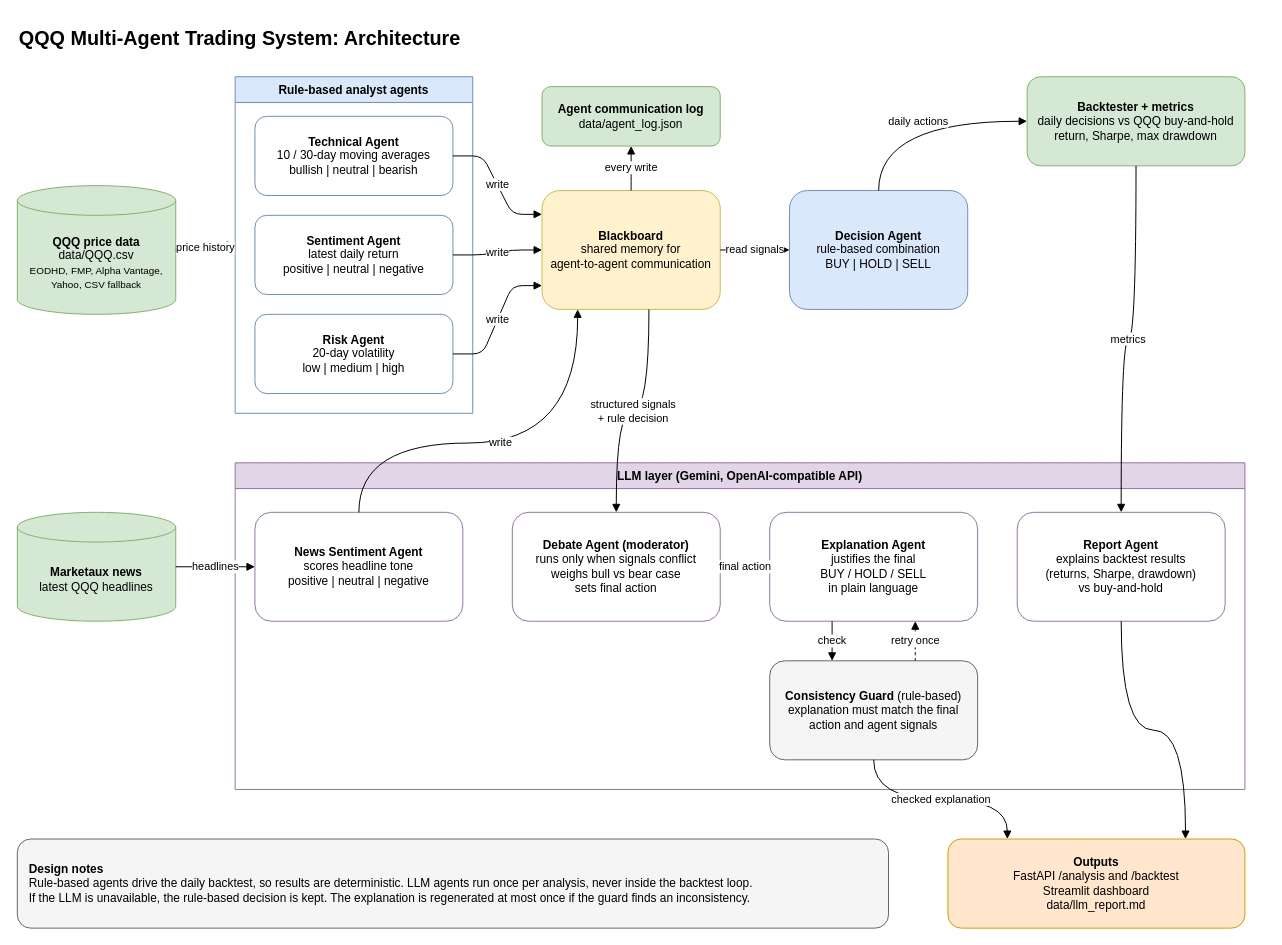
Above: docs/architecture.drawio in mariarizk/inse691-etf-agents (draw.io), before the change. Source tidied: cells renumbered, new cells numbered last; positions are measured from the earlier drawing's top-left corner, leaving out a move shared by most shapes. Both pictures are drawn from the tidied source at 99%, with x=0, y=0 at pixel (17, 17).
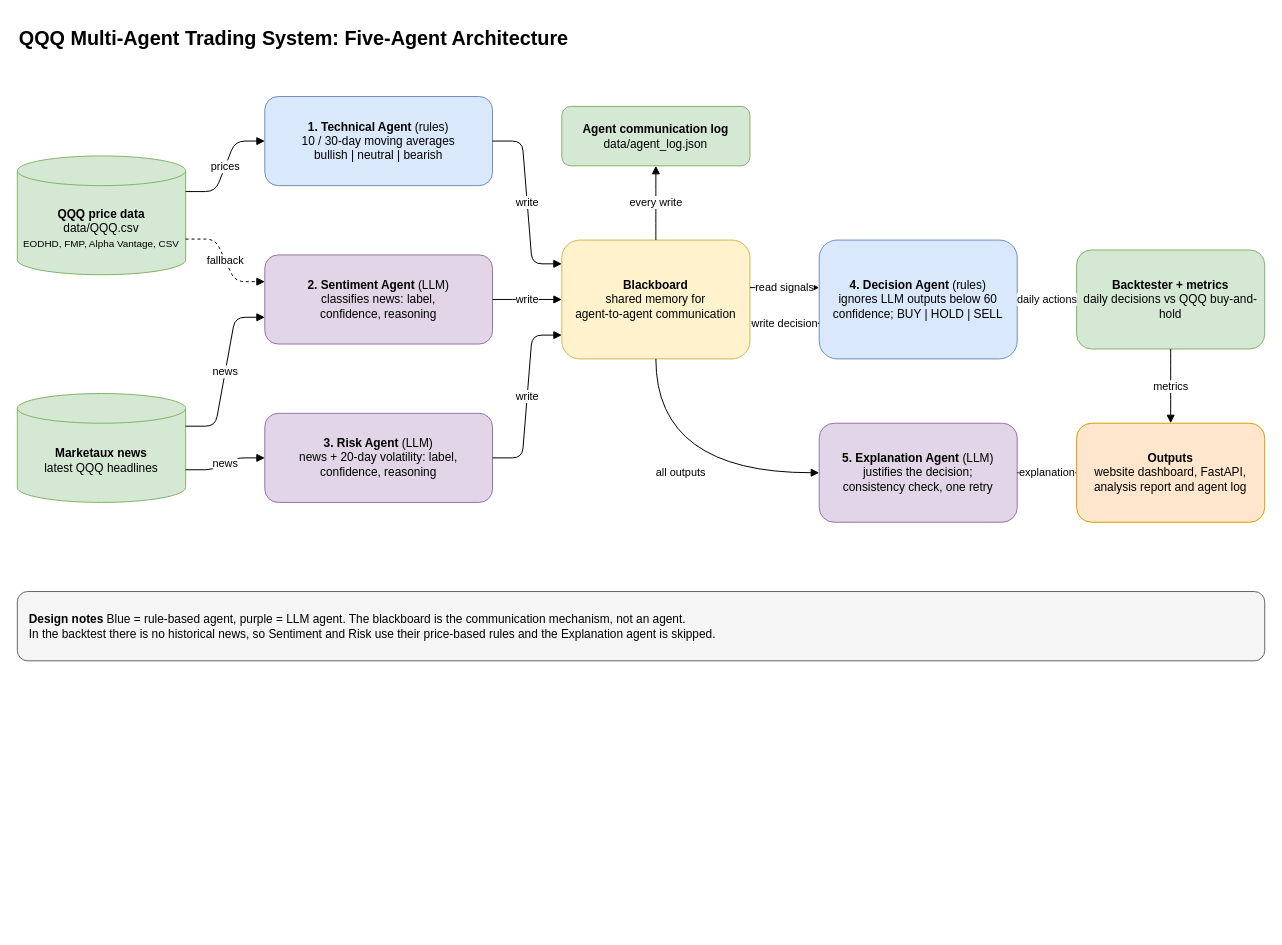
The same diagram, later.

Commit message (it also covers changes not shown here):
docs: update README, prompt templates and diagram for five agents

Change to the diagram source:
```diff
@@
-    <mxCell id="2" value="QQQ Multi-Agent Trading System: Architecture" style="text;html=1;strokeColor=none;fillColor=none;align=left;verticalAlign=middle;fontSize=20;fontStyle=1;" parent="1" vertex="1">
-      <mxGeometry width="700" height="40" as="geometry" />
+    <mxCell id="2" value="QQQ Multi-Agent Trading System: Five-Agent Architecture" style="text;html=1;strokeColor=none;fillColor=none;align=left;verticalAlign=middle;fontSize=20;fontStyle=1;" parent="1" vertex="1">
+      <mxGeometry width="760" height="40" as="geometry" />
     </mxCell>
-    <mxCell id="3" value="&lt;b&gt;QQQ price data&lt;/b&gt;&lt;br&gt;data/QQQ.csv&lt;br&gt;&lt;font style=&quot;font-size:10px&quot;&gt;EODHD, FMP, Alpha Vantage,&lt;br&gt;Yahoo, CSV fallback&lt;/font&gt;" style="shape=cylinder3;whiteSpace=wrap;html=1;boundedLbl=1;backgroundOutline=1;size=15;fillColor=#d5e8d4;strokeColor=#82b366;" parent="1" vertex="1">
-      <mxGeometry y="170" width="160" height="130" as="geometry" />
-    </mxCell>
+    <mxCell id="37" value="&lt;b&gt;QQQ price data&lt;/b&gt;&lt;br&gt;data/QQQ.csv&lt;br&gt;&lt;font style=&quot;font-size:10px&quot;&gt;EODHD, FMP, Alpha Vantage, CSV&lt;/font&gt;" style="shape=cylinder3;whiteSpace=wrap;html=1;boundedLbl=1;backgroundOutline=1;size=15;fillColor=#d5e8d4;strokeColor=#82b366;" parent="1" vertex="1">
+      <mxGeometry y="140" width="170" height="120" as="geometry" />
+    </mxCell>
     <mxCell id="4" value="&lt;b&gt;Marketaux news&lt;/b&gt;&lt;br&gt;latest QQQ headlines" style="shape=cylinder3;whiteSpace=wrap;html=1;boundedLbl=1;backgroundOutline=1;size=15;fillColor=#d5e8d4;strokeColor=#82b366;" parent="1" vertex="1">
-      <mxGeometry y="500" width="160" height="110" as="geometry" />
+      <mxGeometry y="380" width="170" height="110" as="geometry" />
     </mxCell>
-    <mxCell id="5" value="Rule-based analyst agents" style="swimlane;fontStyle=1;startSize=26;fillColor=#dae8fc;strokeColor=#6c8ebf;" parent="1" vertex="1">
-      <mxGeometry x="220" y="60" width="240" height="340" as="geometry" />
-    </mxCell>
-    <mxCell id="6" value="&lt;b&gt;Technical Agent&lt;/b&gt;&lt;br&gt;10 / 30-day moving averages&lt;br&gt;bullish | neutral | bearish" style="rounded=1;whiteSpace=wrap;html=1;fillColor=#ffffff;strokeColor=#6c8ebf;" parent="5" vertex="1">
-      <mxGeometry x="20" y="40" width="200" height="80" as="geometry" />
+    <mxCell id="6" value="&lt;b&gt;1. Technical Agent&lt;/b&gt; (rules)&lt;br&gt;10 / 30-day moving averages&lt;br&gt;bullish | neutral | bearish" style="rounded=1;whiteSpace=wrap;html=1;fillColor=#dae8fc;strokeColor=#6c8ebf;" parent="1" vertex="1">
+      <mxGeometry x="250" y="80" width="230" height="90" as="geometry" />
     </mxCell>
-    <mxCell id="7" value="&lt;b&gt;Sentiment Agent&lt;/b&gt;&lt;br&gt;latest daily return&lt;br&gt;positive | neutral | negative" style="rounded=1;whiteSpace=wrap;html=1;fillColor=#ffffff;strokeColor=#6c8ebf;" parent="5" vertex="1">
-      <mxGeometry x="20" y="140" width="200" height="80" as="geometry" />
+    <mxCell id="7" value="&lt;b&gt;2. Sentiment Agent&lt;/b&gt; (LLM)&lt;br&gt;classifies news: label,&lt;br&gt;confidence, reasoning" style="rounded=1;whiteSpace=wrap;html=1;fillColor=#e1d5e7;strokeColor=#9673a6;" parent="1" vertex="1">
+      <mxGeometry x="250" y="240" width="230" height="90" as="geometry" />
     </mxCell>
-    <mxCell id="8" value="&lt;b&gt;Risk Agent&lt;/b&gt;&lt;br&gt;20-day volatility&lt;br&gt;low | medium | high" style="rounded=1;whiteSpace=wrap;html=1;fillColor=#ffffff;strokeColor=#6c8ebf;" parent="5" vertex="1">
-      <mxGeometry x="20" y="240" width="200" height="80" as="geometry" />
+    <mxCell id="8" value="&lt;b&gt;3. Risk Agent&lt;/b&gt; (LLM)&lt;br&gt;news + 20-day volatility: label,&lt;br&gt;confidence, reasoning" style="rounded=1;whiteSpace=wrap;html=1;fillColor=#e1d5e7;strokeColor=#9673a6;" parent="1" vertex="1">
+      <mxGeometry x="250" y="400" width="230" height="90" as="geometry" />
     </mxCell>
     <mxCell id="9" value="&lt;b&gt;Agent communication log&lt;/b&gt;&lt;br&gt;data/agent_log.json" style="rounded=1;whiteSpace=wrap;html=1;fillColor=#d5e8d4;strokeColor=#82b366;" parent="1" vertex="1">
-      <mxGeometry x="530" y="70" width="180" height="60" as="geometry" />
+      <mxGeometry x="550" y="90" width="190" height="60" as="geometry" />
     </mxCell>
     <mxCell id="10" value="&lt;b&gt;Blackboard&lt;/b&gt;&lt;br&gt;shared memory for&lt;br&gt;agent-to-agent communication" style="rounded=1;whiteSpace=wrap;html=1;fillColor=#fff2cc;strokeColor=#d6b656;" parent="1" vertex="1">
-      <mxGeometry x="530" y="175" width="180" height="120" as="geometry" />
+      <mxGeometry x="550" y="225" width="190" height="120" as="geometry" />
     </mxCell>
-    <mxCell id="11" value="&lt;b&gt;Decision Agent&lt;/b&gt;&lt;br&gt;rule-based combination&lt;br&gt;BUY | HOLD | SELL" style="rounded=1;whiteSpace=wrap;html=1;fillColor=#dae8fc;strokeColor=#6c8ebf;" parent="1" vertex="1">
-      <mxGeometry x="780" y="175" width="180" height="120" as="geometry" />
+    <mxCell id="11" value="&lt;b&gt;4. Decision Agent&lt;/b&gt; (rules)&lt;br&gt;ignores LLM outputs below 60&lt;br&gt;confidence; BUY | HOLD | SELL" style="rounded=1;whiteSpace=wrap;html=1;fillColor=#dae8fc;strokeColor=#6c8ebf;" parent="1" vertex="1">
+      <mxGeometry x="810" y="225" width="200" height="120" as="geometry" />
     </mxCell>
+    <mxCell id="16" value="&lt;b&gt;5. Explanation Agent&lt;/b&gt; (LLM)&lt;br&gt;justifies the decision;&lt;br&gt;consistency check, one retry" style="rounded=1;whiteSpace=wrap;html=1;fillColor=#e1d5e7;strokeColor=#9673a6;" parent="1" vertex="1">
+      <mxGeometry x="810" y="410" width="200" height="100" as="geometry" />
+    </mxCell>
-    <mxCell id="12" value="&lt;b&gt;Backtester + metrics&lt;/b&gt;&lt;br&gt;daily decisions vs QQQ buy-and-hold&lt;br&gt;return, Sharpe, max drawdown" style="rounded=1;whiteSpace=wrap;html=1;fillColor=#d5e8d4;strokeColor=#82b366;" parent="1" vertex="1">
-      <mxGeometry x="1020" y="60" width="220" height="90" as="geometry" />
+    <mxCell id="12" value="&lt;b&gt;Backtester + metrics&lt;/b&gt;&lt;br&gt;daily decisions vs QQQ buy-and-hold" style="rounded=1;whiteSpace=wrap;html=1;fillColor=#d5e8d4;strokeColor=#82b366;" parent="1" vertex="1">
+      <mxGeometry x="1070" y="235" width="190" height="100" as="geometry" />
     </mxCell>
-    <mxCell id="13" value="LLM layer (Gemini, OpenAI-compatible API)" style="swimlane;fontStyle=1;startSize=26;fillColor=#e1d5e7;strokeColor=#9673a6;" parent="1" vertex="1">
-      <mxGeometry x="220" y="450" width="1020" height="330" as="geometry" />
-    </mxCell>
-    <mxCell id="14" value="&lt;b&gt;News Sentiment Agent&lt;/b&gt;&lt;br&gt;scores headline tone&lt;br&gt;positive | neutral | negative" style="rounded=1;whiteSpace=wrap;html=1;fillColor=#ffffff;strokeColor=#9673a6;" parent="13" vertex="1">
-      <mxGeometry x="20" y="50" width="210" height="110" as="geometry" />
-    </mxCell>
-    <mxCell id="15" value="&lt;b&gt;Debate Agent (moderator)&lt;/b&gt;&lt;br&gt;runs only when signals conflict&lt;br&gt;weighs bull vs bear case&lt;br&gt;sets final action" style="rounded=1;whiteSpace=wrap;html=1;fillColor=#ffffff;strokeColor=#9673a6;" parent="13" vertex="1">
-      <mxGeometry x="280" y="50" width="210" height="110" as="geometry" />
-    </mxCell>
-    <mxCell id="16" value="&lt;b&gt;Explanation Agent&lt;/b&gt;&lt;br&gt;justifies the final&lt;br&gt;BUY / HOLD / SELL&lt;br&gt;in plain language" style="rounded=1;whiteSpace=wrap;html=1;fillColor=#ffffff;strokeColor=#9673a6;" parent="13" vertex="1">
-      <mxGeometry x="540" y="50" width="210" height="110" as="geometry" />
-    </mxCell>
-    <mxCell id="17" value="&lt;b&gt;Report Agent&lt;/b&gt;&lt;br&gt;explains backtest results&lt;br&gt;(returns, Sharpe, drawdown)&lt;br&gt;vs buy-and-hold" style="rounded=1;whiteSpace=wrap;html=1;fillColor=#ffffff;strokeColor=#9673a6;" parent="13" vertex="1">
-      <mxGeometry x="790" y="50" width="210" height="110" as="geometry" />
-    </mxCell>
-    <mxCell id="18" value="&lt;b&gt;Consistency Guard&lt;/b&gt; (rule-based)&lt;br&gt;explanation must match the final&lt;br&gt;action and agent signals" style="rounded=1;whiteSpace=wrap;html=1;fillColor=#f5f5f5;strokeColor=#666666;" parent="13" vertex="1">
-      <mxGeometry x="540" y="200" width="210" height="100" as="geometry" />
-    </mxCell>
-    <mxCell id="19" value="&lt;b&gt;Outputs&lt;/b&gt;&lt;br&gt;FastAPI /analysis and /backtest&lt;br&gt;Streamlit dashboard&lt;br&gt;data/llm_report.md" style="rounded=1;whiteSpace=wrap;html=1;fillColor=#ffe6cc;strokeColor=#d79b00;" parent="1" vertex="1">
-      <mxGeometry x="940" y="830" width="300" height="90" as="geometry" />
+    <mxCell id="19" value="&lt;b&gt;Outputs&lt;/b&gt;&lt;br&gt;website dashboard, FastAPI,&lt;br&gt;analysis report and agent log" style="rounded=1;whiteSpace=wrap;html=1;fillColor=#ffe6cc;strokeColor=#d79b00;" parent="1" vertex="1">
+      <mxGeometry x="1070" y="410" width="190" height="100" as="geometry" />
     </mxCell>
-    <mxCell id="20" value="&lt;b&gt;Design notes&lt;/b&gt;&lt;br&gt;Rule-based agents drive the daily backtest, so results are deterministic. LLM agents run once per analysis, never inside the backtest loop.&lt;br&gt;If the LLM is unavailable, the rule-based decision is kept. The explanation is regenerated at most once if the guard finds an inconsistency." style="rounded=1;whiteSpace=wrap;html=1;align=left;spacingLeft=10;fillColor=#f5f5f5;strokeColor=#666666;" parent="1" vertex="1">
-      <mxGeometry y="830" width="880" height="90" as="geometry" />
+    <mxCell id="20" value="&lt;b&gt;Design notes&lt;/b&gt; Blue = rule-based agent, purple = LLM agent. The blackboard is the communication mechanism, not an agent.&lt;br&gt;In the backtest there is no historical news, so Sentiment and Risk use their price-based rules and the Explanation agent is skipped." style="rounded=1;whiteSpace=wrap;html=1;align=left;spacingLeft=10;fillColor=#f5f5f5;strokeColor=#666666;" parent="1" vertex="1">
+      <mxGeometry y="580" width="1260" height="70" as="geometry" />
     </mxCell>
-    <mxCell id="21" value="price history" style="edgeStyle=entityRelationEdgeStyle;rounded=1;html=1;endArrow=block;exitX=1;exitY=0.5;entryX=0;entryY=0.5;" parent="1" edge="1" source="3" target="5">
-      <mxGeometry relative="1" as="geometry" />
-    </mxCell>
+    <mxCell id="38" value="prices" style="edgeStyle=entityRelationEdgeStyle;rounded=1;html=1;endArrow=block;exitX=1;exitY=0.3;entryX=0;entryY=0.5;" parent="1" edge="1" source="37" target="6">
+      <mxGeometry relative="1" as="geometry" />
+    </mxCell>
+    <mxCell id="39" value="fallback" style="edgeStyle=entityRelationEdgeStyle;rounded=1;html=1;endArrow=block;dashed=1;exitX=1;exitY=0.7;entryX=0;entryY=0.3;" parent="1" edge="1" source="37" target="7">
+      <mxGeometry relative="1" as="geometry" />
+    </mxCell>
+    <mxCell id="40" value="news" style="edgeStyle=entityRelationEdgeStyle;rounded=1;html=1;endArrow=block;exitX=1;exitY=0.3;entryX=0;entryY=0.7;" parent="1" edge="1" source="4" target="7">
+      <mxGeometry relative="1" as="geometry" />
+    </mxCell>
+    <mxCell id="41" value="news" style="edgeStyle=entityRelationEdgeStyle;rounded=1;html=1;endArrow=block;exitX=1;exitY=0.7;entryX=0;entryY=0.5;" parent="1" edge="1" source="4" target="8">
+      <mxGeometry relative="1" as="geometry" />
+    </mxCell>
@@
-    <mxCell id="26" value="read signals" style="edgeStyle=entityRelationEdgeStyle;rounded=1;html=1;endArrow=block;exitX=1;exitY=0.5;entryX=0;entryY=0.5;" parent="1" edge="1" source="10" target="11">
+    <mxCell id="26" value="read signals" style="edgeStyle=entityRelationEdgeStyle;rounded=1;html=1;endArrow=block;exitX=1;exitY=0.4;entryX=0;entryY=0.4;" parent="1" edge="1" source="10" target="11">
       <mxGeometry relative="1" as="geometry" />
     </mxCell>
+    <mxCell id="42" value="write decision" style="edgeStyle=entityRelationEdgeStyle;rounded=1;html=1;endArrow=block;dashed=1;exitX=0;exitY=0.7;entryX=1;entryY=0.7;" parent="1" edge="1" source="11" target="10">
+      <mxGeometry relative="1" as="geometry" />
+    </mxCell>
+    <mxCell id="43" value="all outputs" style="edgeStyle=orthogonalEdgeStyle;curved=1;html=1;endArrow=block;exitX=0.5;exitY=1;entryX=0;entryY=0.5;" parent="1" edge="1" source="10" target="16">
+      <mxGeometry relative="1" as="geometry" />
+    </mxCell>
-    <mxCell id="27" value="daily actions" style="edgeStyle=orthogonalEdgeStyle;curved=1;html=1;endArrow=block;exitX=0.5;exitY=0;entryX=0;entryY=0.5;" parent="1" edge="1" source="11" target="12">
+    <mxCell id="27" value="daily actions" style="edgeStyle=entityRelationEdgeStyle;rounded=1;html=1;endArrow=block;exitX=1;exitY=0.5;entryX=0;entryY=0.5;" parent="1" edge="1" source="11" target="12">
       <mxGeometry relative="1" as="geometry" />
     </mxCell>
-    <mxCell id="28" value="headlines" style="edgeStyle=entityRelationEdgeStyle;rounded=1;html=1;endArrow=block;exitX=1;exitY=0.5;entryX=0;entryY=0.5;" parent="1" edge="1" source="4" target="14">
-      <mxGeometry relative="1" as="geometry" />
-    </mxCell>
-    <mxCell id="29" value="write" style="edgeStyle=orthogonalEdgeStyle;curved=1;html=1;endArrow=block;exitX=0.5;exitY=0;entryX=0.2;entryY=1;" parent="1" edge="1" source="14" target="10">
-      <mxGeometry relative="1" as="geometry">
-        <Array as="points">
-          <mxPoint x="345" y="430" />
-          <mxPoint x="566" y="430" />
-        </Array>
-      </mxGeometry>
-    </mxCell>
-    <mxCell id="30" value="structured signals&lt;br&gt;+ rule decision" style="edgeStyle=orthogonalEdgeStyle;curved=1;html=1;endArrow=block;exitX=0.6;exitY=1;entryX=0.5;entryY=0;" parent="1" edge="1" source="10" target="15">
-      <mxGeometry relative="1" as="geometry" />
-    </mxCell>
-    <mxCell id="31" value="final action" style="edgeStyle=entityRelationEdgeStyle;rounded=1;html=1;endArrow=block;exitX=1;exitY=0.5;entryX=0;entryY=0.5;" parent="1" edge="1" source="15" target="16">
-      <mxGeometry relative="1" as="geometry" />
-    </mxCell>
-    <mxCell id="32" value="check" style="edgeStyle=orthogonalEdgeStyle;curved=1;html=1;endArrow=block;exitX=0.3;exitY=1;entryX=0.3;entryY=0;" parent="1" edge="1" source="16" target="18">
-      <mxGeometry relative="1" as="geometry" />
-    </mxCell>
-    <mxCell id="33" value="retry once" style="edgeStyle=orthogonalEdgeStyle;curved=1;html=1;endArrow=block;dashed=1;exitX=0.7;exitY=0;entryX=0.7;entryY=1;" parent="1" edge="1" source="18" target="16">
-      <mxGeometry relative="1" as="geometry" />
-    </mxCell>
+    <mxCell id="44" value="explanation" style="edgeStyle=entityRelationEdgeStyle;rounded=1;html=1;endArrow=block;exitX=1;exitY=0.5;entryX=0;entryY=0.5;" parent="1" edge="1" source="16" target="19">
+      <mxGeometry relative="1" as="geometry" />
+    </mxCell>
-    <mxCell id="34" value="metrics" style="edgeStyle=orthogonalEdgeStyle;curved=1;html=1;endArrow=block;exitX=0.5;exitY=1;entryX=0.5;entryY=0;" parent="1" edge="1" source="12" target="17">
+    <mxCell id="34" value="metrics" style="edgeStyle=orthogonalEdgeStyle;curved=1;html=1;endArrow=block;exitX=0.5;exitY=1;entryX=0.5;entryY=0;" parent="1" edge="1" source="12" target="19">
       <mxGeometry relative="1" as="geometry" />
     </mxCell>
-    <mxCell id="35" value="checked explanation" style="edgeStyle=orthogonalEdgeStyle;curved=1;html=1;endArrow=block;exitX=0.5;exitY=1;entryX=0.2;entryY=0;" parent="1" edge="1" source="18" target="19">
-      <mxGeometry relative="1" as="geometry" />
-    </mxCell>
-    <mxCell id="36" style="edgeStyle=orthogonalEdgeStyle;curved=1;html=1;endArrow=block;exitX=0.5;exitY=1;entryX=0.8;entryY=0;" parent="1" edge="1" source="17" target="19">
-      <mxGeometry relative="1" as="geometry" />
-    </mxCell>
```
